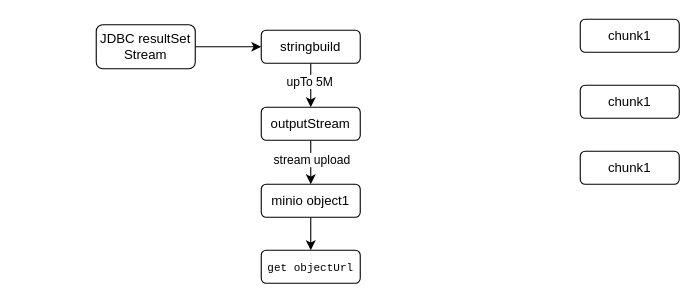
david-gao1/diagrams keeps this draw.io diagram as dataflow/minio_multi_upload.drawio. Above is the earlier version. Source tidied: cells renumbered, new cells numbered last; positions are measured from the earlier drawing's top-left corner, leaving out a move shared by most shapes. Both pictures are drawn from the tidied source at 110%, with x=0, y=0 at pixel (96, 19).
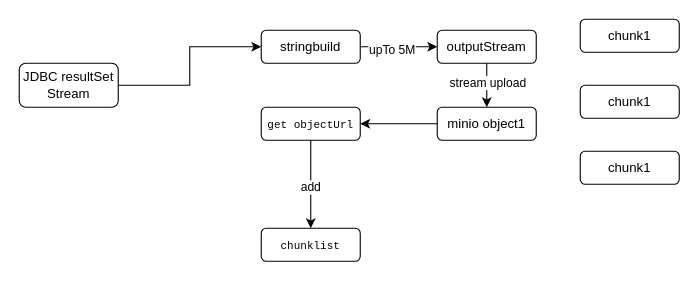
Above is the later version.

What changed in the source:
```diff
@@
 <mxGraphModel>
   <root>
     <mxCell id="0" />
     <mxCell id="1" parent="0" />
     <mxCell id="2" value="chunk1" style="rounded=1;whiteSpace=wrap;html=1;" parent="1" vertex="1">
       <mxGeometry x="440" width="90" height="30" as="geometry" />
     </mxCell>
     <mxCell id="3" value="chunk1" style="rounded=1;whiteSpace=wrap;html=1;" parent="1" vertex="1">
       <mxGeometry x="440" y="60" width="90" height="30" as="geometry" />
     </mxCell>
     <mxCell id="4" value="chunk1" style="rounded=1;whiteSpace=wrap;html=1;" parent="1" vertex="1">
       <mxGeometry x="440" y="120" width="90" height="30" as="geometry" />
     </mxCell>
     <mxCell id="5" style="edgeStyle=orthogonalEdgeStyle;rounded=0;jettySize=auto;html=1;entryX=0;entryY=0.5;entryDx=0;entryDy=0;" parent="1" edge="1" source="6" target="9">
       <mxGeometry relative="1" as="geometry" />
     </mxCell>
     <mxCell id="6" value="JDBC resultSet Stream" style="rounded=1;whiteSpace=wrap;html=1;" parent="1" vertex="1">
-      <mxGeometry y="5" width="90" height="40" as="geometry" />
+      <mxGeometry x="-70" y="40" width="90" height="40" as="geometry" />
     </mxCell>
     <mxCell id="7" style="edgeStyle=orthogonalEdgeStyle;rounded=0;jettySize=auto;html=1;" parent="1" edge="1" source="9" target="12">
       <mxGeometry relative="1" as="geometry" />
     </mxCell>
     <mxCell id="8" value="upTo 5M" style="edgeLabel;html=1;align=center;verticalAlign=middle;" parent="7" vertex="1">
       <mxGeometry x="-0.21" y="-2" relative="1" as="geometry" />
     </mxCell>
     <mxCell id="9" value="stringbuild" style="rounded=1;whiteSpace=wrap;html=1;" parent="1" vertex="1">
       <mxGeometry x="150" y="10" width="90" height="30" as="geometry" />
     </mxCell>
     <mxCell id="10" style="edgeStyle=orthogonalEdgeStyle;rounded=0;jettySize=auto;html=1;" parent="1" edge="1" source="12" target="14">
       <mxGeometry relative="1" as="geometry" />
     </mxCell>
     <mxCell id="11" value="stream upload" style="edgeLabel;html=1;align=center;verticalAlign=middle;" parent="10" vertex="1">
       <mxGeometry x="-0.17" relative="1" as="geometry" />
     </mxCell>
     <mxCell id="12" value="outputStream" style="rounded=1;whiteSpace=wrap;html=1;" parent="1" vertex="1">
-      <mxGeometry x="150" y="80" width="90" height="30" as="geometry" />
+      <mxGeometry x="310" y="10" width="90" height="30" as="geometry" />
     </mxCell>
     <mxCell id="13" style="edgeStyle=orthogonalEdgeStyle;rounded=0;jettySize=auto;html=1;" parent="1" edge="1" source="14" target="15">
       <mxGeometry relative="1" as="geometry" />
     </mxCell>
     <mxCell id="14" value="minio object1" style="rounded=1;whiteSpace=wrap;html=1;" parent="1" vertex="1">
-      <mxGeometry x="150" y="150" width="90" height="30" as="geometry" />
+      <mxGeometry x="310" y="80" width="90" height="30" as="geometry" />
     </mxCell>
+    <mxCell id="16" style="edgeStyle=orthogonalEdgeStyle;rounded=0;jettySize=auto;html=1;" parent="1" edge="1" source="15" target="18">
+      <mxGeometry relative="1" as="geometry" />
+    </mxCell>
+    <mxCell id="17" value="add" style="edgeLabel;html=1;align=center;verticalAlign=middle;" parent="16" vertex="1">
+      <mxGeometry x="0.06" y="-1" relative="1" as="geometry" />
+    </mxCell>
     <mxCell id="15" value="&lt;span style=&quot;font-family: &amp;quot;JetBrains Mono&amp;quot;, monospace; background-color: rgb(255, 255, 255);&quot;&gt;&lt;font style=&quot;font-size: 10px;&quot;&gt;get objectUrl&lt;/font&gt;&lt;/span&gt;" style="rounded=1;whiteSpace=wrap;html=1;" parent="1" vertex="1">
-      <mxGeometry x="150" y="210" width="90" height="30" as="geometry" />
+      <mxGeometry x="150" y="80" width="90" height="30" as="geometry" />
     </mxCell>
+    <mxCell id="18" value="&lt;font face=&quot;JetBrains Mono, monospace&quot;&gt;&lt;span style=&quot;font-size: 10px; background-color: rgb(255, 255, 255);&quot;&gt;chunklist&lt;/span&gt;&lt;/font&gt;" style="rounded=1;whiteSpace=wrap;html=1;" parent="1" vertex="1">
+      <mxGeometry x="150" y="190" width="90" height="30" as="geometry" />
+    </mxCell>
   </root>
 </mxGraphModel>
```
